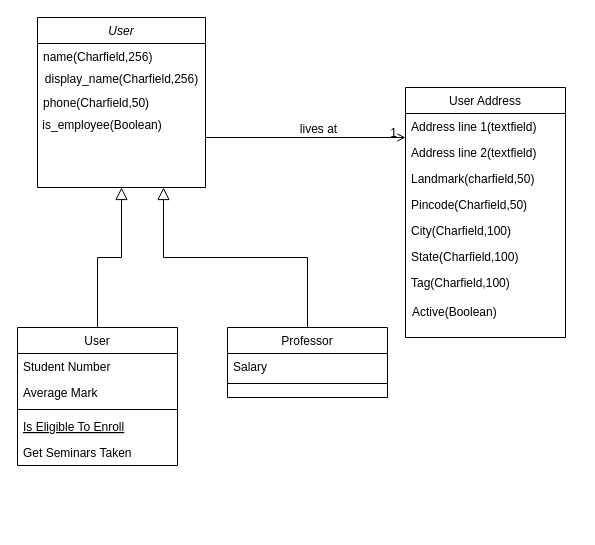
SailendraDLN/Misc. keeps this draw.io diagram as Models.drawio. Above is the earlier version. Source tidied: cells renumbered, new cells numbered last; positions are measured from the earlier drawing's top-left corner, leaving out a move shared by most shapes. Both pictures are drawn from the tidied source at 100%, with x=0, y=0 at pixel (17, 17).
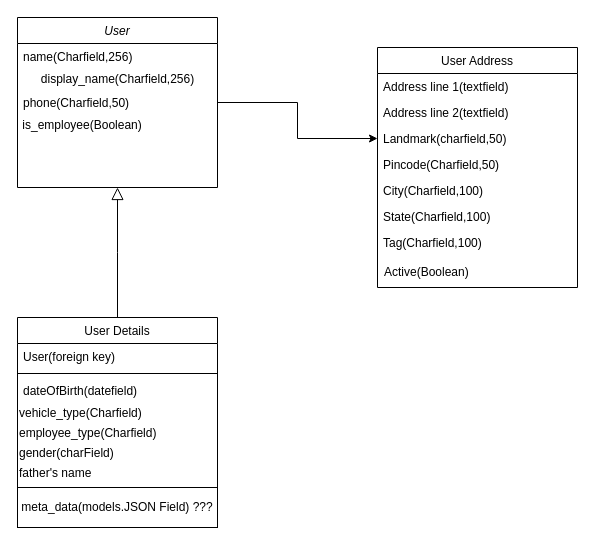
The same diagram, later.

Diff of the diagram source:
```diff
@@
     <mxCell id="2" value="User" style="swimlane;fontStyle=2;align=center;verticalAlign=top;horizontal=1;startSize=26;rounded=0;shadow=0;strokeWidth=1;" parent="1" vertex="1">
-      <mxGeometry x="20" width="168" height="170" as="geometry" />
+      <mxGeometry width="200" height="170" as="geometry" />
     </mxCell>
     <mxCell id="3" value="name(Charfield,256)" style="text;align=left;verticalAlign=top;spacingLeft=4;spacingRight=4;overflow=hidden;" parent="2" vertex="1">
-      <mxGeometry y="26" width="168" height="26" as="geometry" />
+      <mxGeometry y="26" width="200" height="26" as="geometry" />
     </mxCell>
     <mxCell id="4" value="display_name(Charfield,256)" style="text;html=1;align=center;verticalAlign=middle;strokeColor=none;fillColor=none;" parent="2" vertex="1">
-      <mxGeometry y="52" width="168" height="20" as="geometry" />
+      <mxGeometry y="52" width="200" height="20" as="geometry" />
     </mxCell>
     <mxCell id="5" value="phone(Charfield,50)" style="text;align=left;verticalAlign=top;spacingLeft=4;spacingRight=4;overflow=hidden;points=[[0,0.5],[1,0.5]];portConstraint=eastwest;rounded=0;shadow=0;html=0;" parent="2" vertex="1">
-      <mxGeometry y="72" width="168" height="26" as="geometry" />
+      <mxGeometry y="72" width="200" height="26" as="geometry" />
     </mxCell>
     <mxCell id="6" value="&amp;nbsp;is_employee(Boolean)" style="text;html=1;align=left;verticalAlign=middle;strokeColor=none;fillColor=none;" parent="2" vertex="1">
-      <mxGeometry y="98" width="168" height="20" as="geometry" />
+      <mxGeometry y="98" width="200" height="20" as="geometry" />
     </mxCell>
-    <mxCell id="7" value="User" style="swimlane;fontStyle=0;align=center;verticalAlign=top;horizontal=1;startSize=26;rounded=0;shadow=0;strokeWidth=1;" parent="1" vertex="1">
-      <mxGeometry y="310" width="160" height="138" as="geometry" />
+    <mxCell id="7" value="User Details" style="swimlane;fontStyle=0;align=center;verticalAlign=top;horizontal=1;startSize=26;rounded=0;shadow=0;strokeWidth=1;" parent="1" vertex="1">
+      <mxGeometry y="300" width="200" height="210" as="geometry" />
     </mxCell>
-    <mxCell id="8" value="Student Number" style="text;align=left;verticalAlign=top;spacingLeft=4;spacingRight=4;overflow=hidden;" parent="7" vertex="1">
-      <mxGeometry y="26" width="160" height="26" as="geometry" />
+    <mxCell id="8" value="User(foreign key)" style="text;align=left;verticalAlign=top;spacingLeft=4;spacingRight=4;overflow=hidden;" parent="7" vertex="1">
+      <mxGeometry y="26" width="200" height="26" as="geometry" />
     </mxCell>
-    <mxCell id="9" value="Average Mark" style="text;align=left;verticalAlign=top;spacingLeft=4;spacingRight=4;overflow=hidden;rounded=0;shadow=0;html=0;" parent="7" vertex="1">
-      <mxGeometry y="52" width="160" height="26" as="geometry" />
-    </mxCell>
     <mxCell id="10" style="line;html=1;strokeWidth=1;align=left;verticalAlign=middle;spacingTop=-1;spacingLeft=3;spacingRight=3;labelPosition=right;" parent="7" vertex="1">
-      <mxGeometry y="78" width="160" height="8" as="geometry" />
+      <mxGeometry y="52" width="200" height="8" as="geometry" />
     </mxCell>
-    <mxCell id="11" value="Is Eligible To Enroll" style="text;align=left;verticalAlign=top;spacingLeft=4;spacingRight=4;overflow=hidden;fontStyle=4;" parent="7" vertex="1">
-      <mxGeometry y="86" width="160" height="26" as="geometry" />
-    </mxCell>
-    <mxCell id="12" value="Get Seminars Taken" style="text;align=left;verticalAlign=top;spacingLeft=4;spacingRight=4;overflow=hidden;" parent="7" vertex="1">
-      <mxGeometry y="112" width="160" height="26" as="geometry" />
+    <mxCell id="12" value="dateOfBirth(datefield)" style="text;align=left;verticalAlign=top;spacingLeft=4;spacingRight=4;overflow=hidden;" parent="7" vertex="1">
+      <mxGeometry y="60" width="200" height="26" as="geometry" />
     </mxCell>
+    <mxCell id="30" value="vehicle_type(Charfield)" style="text;html=1;align=left;verticalAlign=middle;strokeColor=none;fillColor=none;" parent="7" vertex="1">
+      <mxGeometry y="86" width="200" height="20" as="geometry" />
+    </mxCell>
+    <mxCell id="31" value="employee_type(Charfield)" style="text;html=1;align=left;verticalAlign=middle;strokeColor=none;fillColor=none;" parent="7" vertex="1">
+      <mxGeometry y="106" width="200" height="20" as="geometry" />
+    </mxCell>
+    <mxCell id="32" value="gender(charField)" style="text;html=1;align=left;verticalAlign=middle;strokeColor=none;fillColor=none;" parent="7" vertex="1">
+      <mxGeometry y="126" width="200" height="20" as="geometry" />
+    </mxCell>
+    <mxCell id="33" value="father's name" style="text;html=1;align=left;verticalAlign=middle;strokeColor=none;fillColor=none;" parent="7" vertex="1">
+      <mxGeometry y="146" width="200" height="20" as="geometry" />
+    </mxCell>
@@
-    <mxCell id="14" value="Professor" style="swimlane;fontStyle=0;align=center;verticalAlign=top;horizontal=1;startSize=26;rounded=0;shadow=0;strokeWidth=1;" parent="1" vertex="1">
-      <mxGeometry x="210" y="310" width="160" height="70" as="geometry" />
-    </mxCell>
-    <mxCell id="15" value="Salary" style="text;align=left;verticalAlign=top;spacingLeft=4;spacingRight=4;overflow=hidden;" parent="14" vertex="1">
-      <mxGeometry y="26" width="160" height="26" as="geometry" />
-    </mxCell>
-    <mxCell id="16" style="line;html=1;strokeWidth=1;align=left;verticalAlign=middle;spacingTop=-1;spacingLeft=3;spacingRight=3;labelPosition=right;" parent="14" vertex="1">
-      <mxGeometry y="52" width="160" height="8" as="geometry" />
-    </mxCell>
-    <mxCell id="17" style="endArrow=block;endSize=10;endFill=0;shadow=0;strokeWidth=1;rounded=0;edgeStyle=elbowEdgeStyle;elbow=vertical;entryX=0.75;entryY=1;entryDx=0;entryDy=0;" parent="1" edge="1" source="14" target="2">
-      <mxGeometry relative="1" as="geometry" />
-    </mxCell>
     <mxCell id="18" value="User Address" style="swimlane;fontStyle=0;align=center;verticalAlign=top;horizontal=1;startSize=26;rounded=0;shadow=0;strokeWidth=1;" parent="1" vertex="1">
-      <mxGeometry x="388" y="70" width="160" height="250" as="geometry" />
+      <mxGeometry x="360" y="30" width="200" height="240" as="geometry" />
     </mxCell>
     <mxCell id="19" value="Address line 1(textfield)" style="text;align=left;verticalAlign=top;spacingLeft=4;spacingRight=4;overflow=hidden;" parent="18" vertex="1">
-      <mxGeometry y="26" width="160" height="26" as="geometry" />
+      <mxGeometry y="26" width="200" height="26" as="geometry" />
     </mxCell>
     <mxCell id="20" value="Address line 2(textfield)" style="text;align=left;verticalAlign=top;spacingLeft=4;spacingRight=4;overflow=hidden;rounded=0;shadow=0;html=0;" parent="18" vertex="1">
-      <mxGeometry y="52" width="160" height="26" as="geometry" />
+      <mxGeometry y="52" width="200" height="26" as="geometry" />
     </mxCell>
     <mxCell id="21" value="Landmark(charfield,50)" style="text;align=left;verticalAlign=top;spacingLeft=4;spacingRight=4;overflow=hidden;points=[[0,0.5],[1,0.5]];portConstraint=eastwest;rounded=0;shadow=0;html=0;" parent="18" vertex="1">
-      <mxGeometry y="78" width="160" height="26" as="geometry" />
+      <mxGeometry y="78" width="200" height="26" as="geometry" />
     </mxCell>
     <mxCell id="22" value="Pincode(Charfield,50)" style="text;align=left;verticalAlign=top;spacingLeft=4;spacingRight=4;overflow=hidden;rounded=0;shadow=0;html=0;" parent="18" vertex="1">
-      <mxGeometry y="104" width="160" height="26" as="geometry" />
+      <mxGeometry y="104" width="200" height="26" as="geometry" />
     </mxCell>
     <mxCell id="23" value="City(Charfield,100)" style="text;align=left;verticalAlign=top;spacingLeft=4;spacingRight=4;overflow=hidden;rounded=0;shadow=0;html=0;" parent="18" vertex="1">
-      <mxGeometry y="130" width="160" height="26" as="geometry" />
+      <mxGeometry y="130" width="200" height="26" as="geometry" />
     </mxCell>
     <mxCell id="24" value="State(Charfield,100)" style="text;align=left;verticalAlign=top;spacingLeft=4;spacingRight=4;overflow=hidden;" parent="18" vertex="1">
-      <mxGeometry y="156" width="160" height="26" as="geometry" />
+      <mxGeometry y="156" width="200" height="26" as="geometry" />
     </mxCell>
     <mxCell id="25" value="Tag(Charfield,100)" style="text;align=left;verticalAlign=top;spacingLeft=4;spacingRight=4;overflow=hidden;" parent="18" vertex="1">
-      <mxGeometry y="182" width="160" height="28" as="geometry" />
+      <mxGeometry y="182" width="200" height="28" as="geometry" />
     </mxCell>
     <mxCell id="26" value="Active(Boolean)" style="text;html=1;align=left;verticalAlign=middle;strokeColor=none;fillColor=none;spacing=7;" parent="18" vertex="1">
-      <mxGeometry y="210" width="160" height="30" as="geometry" />
+      <mxGeometry y="210" width="200" height="30" as="geometry" />
     </mxCell>
-    <mxCell id="27" style="endArrow=open;shadow=0;strokeWidth=1;rounded=0;endFill=1;edgeStyle=elbowEdgeStyle;elbow=vertical;" parent="1" edge="1" source="2" target="18">
-      <mxGeometry x="0.5" y="41" relative="1" as="geometry">
-        <mxPoint x="-40" y="32" as="offset" />
-      </mxGeometry>
-    </mxCell>
-    <mxCell id="28" value="1" style="align=right;verticalAlign=bottom;labelBackgroundColor=none;fontSize=12;" parent="27" vertex="1">
-      <mxGeometry x="1" relative="1" as="geometry">
-        <mxPoint x="-7" y="4" as="offset" />
-      </mxGeometry>
-    </mxCell>
-    <mxCell id="29" value="lives at" style="text;html=1;align=center;verticalAlign=middle;labelBackgroundColor=none;rounded=0;shadow=0;strokeWidth=1;fontSize=12;" parent="27" vertex="1">
-      <mxGeometry x="0.5" y="49" relative="1" as="geometry">
-        <mxPoint x="-38" y="40" as="offset" />
-      </mxGeometry>
-    </mxCell>
+    <mxCell id="34" value="meta_data(models.JSON Field) ???" style="whiteSpace=wrap;html=1;" parent="1" vertex="1">
+      <mxGeometry y="470" width="200" height="40" as="geometry" />
+    </mxCell>
+    <mxCell id="35" style="edgeStyle=orthogonalEdgeStyle;rounded=0;jettySize=auto;html=1;exitX=1;exitY=0.5;exitDx=0;exitDy=0;entryX=0;entryY=0.5;entryDx=0;entryDy=0;" parent="1" edge="1" source="5" target="21">
+      <mxGeometry relative="1" as="geometry" />
+    </mxCell>
```
